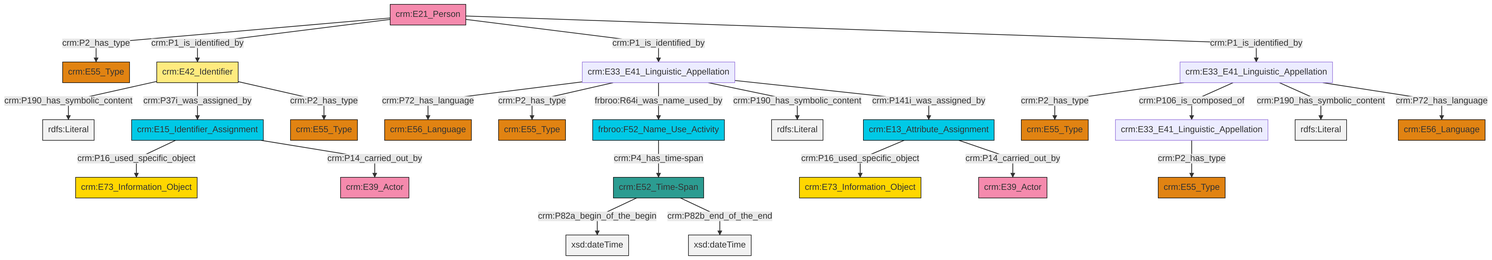
Before: et/personCSV/ttl/mmd/png/Person_Names_and_Classification.png, a diagram exported from Mermaid (swiss-art-research-net/docs.swissartresearch). Its source is kept beside it as et/personCSV/ttl/mmd/Person_Names_and_Classification.ttl.mmd.
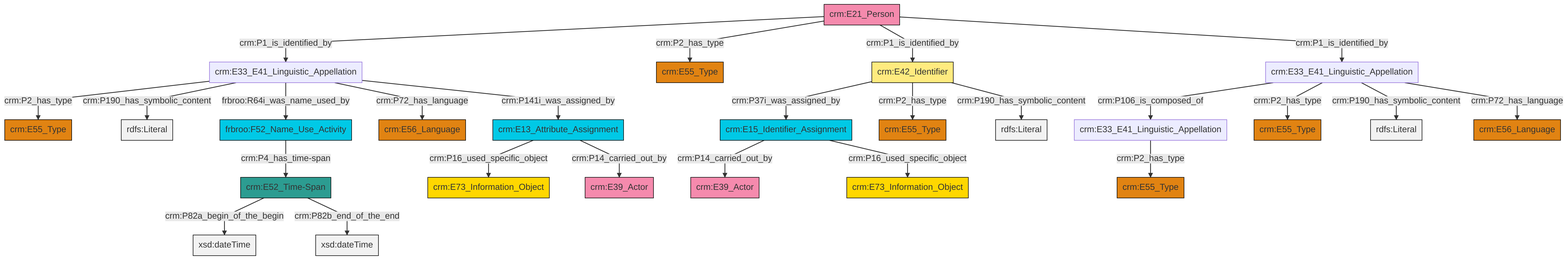
The same diagram one commit later.

What changed in the source:
```diff
@@ -13,27 +13,27 @@
 classDef PC_Classes fill:#4ce600, stroke:#000000;
 classDef Multi fill:#cccccc,stroke:#000000;
 
-0["crm:E21_Person"]:::Actor -->|crm:P2_has_type| 1["crm:E55_Type"]:::Type
-8["crm:E15_Identifier_Assignment"]:::Temporal_Entity -->|crm:P16_used_specific_object| 10["crm:E73_Information_Object"]:::Conceptual_Object
-11["crm:E33_E41_Linguistic_Appellation"]:::Default -->|crm:P72_has_language| 12["crm:E56_Language"]:::Type
-18["crm:E42_Identifier"]:::Appellation -->|crm:P190_has_symbolic_content| 19[rdfs:Literal]:::Literal
-0["crm:E21_Person"]:::Actor -->|crm:P1_is_identified_by| 18["crm:E42_Identifier"]:::Appellation
-21["crm:E13_Attribute_Assignment"]:::Temporal_Entity -->|crm:P16_used_specific_object| 2["crm:E73_Information_Object"]:::Conceptual_Object
-8["crm:E15_Identifier_Assignment"]:::Temporal_Entity -->|crm:P14_carried_out_by| 22["crm:E39_Actor"]:::Actor
-11["crm:E33_E41_Linguistic_Appellation"]:::Default -->|crm:P2_has_type| 23["crm:E55_Type"]:::Type
-24["crm:E33_E41_Linguistic_Appellation"]:::Default -->|crm:P2_has_type| 25["crm:E55_Type"]:::Type
-26["frbroo:F52_Name_Use_Activity"]:::Temporal_Entity -->|crm:P4_has_time-span| 13["crm:E52_Time-Span"]:::Time-Span
-0["crm:E21_Person"]:::Actor -->|crm:P1_is_identified_by| 11["crm:E33_E41_Linguistic_Appellation"]:::Default
-11["crm:E33_E41_Linguistic_Appellation"]:::Default -->|frbroo:R64i_was_name_used_by| 26["frbroo:F52_Name_Use_Activity"]:::Temporal_Entity
-18["crm:E42_Identifier"]:::Appellation -->|crm:P37i_was_assigned_by| 8["crm:E15_Identifier_Assignment"]:::Temporal_Entity
-0["crm:E21_Person"]:::Actor -->|crm:P1_is_identified_by| 28["crm:E33_E41_Linguistic_Appellation"]:::Default
-18["crm:E42_Identifier"]:::Appellation -->|crm:P2_has_type| 4["crm:E55_Type"]:::Type
-28["crm:E33_E41_Linguistic_Appellation"]:::Default -->|crm:P2_has_type| 6["crm:E55_Type"]:::Type
-28["crm:E33_E41_Linguistic_Appellation"]:::Default -->|crm:P106_is_composed_of| 24["crm:E33_E41_Linguistic_Appellation"]:::Default
-13["crm:E52_Time-Span"]:::Time-Span -->|crm:P82a_begin_of_the_begin| 35[xsd:dateTime]:::Literal
-28["crm:E33_E41_Linguistic_Appellation"]:::Default -->|crm:P190_has_symbolic_content| 36[rdfs:Literal]:::Literal
-21["crm:E13_Attribute_Assignment"]:::Temporal_Entity -->|crm:P14_carried_out_by| 32["crm:E39_Actor"]:::Actor
-11["crm:E33_E41_Linguistic_Appellation"]:::Default -->|crm:P190_has_symbolic_content| 39[rdfs:Literal]:::Literal
-28["crm:E33_E41_Linguistic_Appellation"]:::Default -->|crm:P72_has_language| 15["crm:E56_Language"]:::Type
-11["crm:E33_E41_Linguistic_Appellation"]:::Default -->|crm:P141i_was_assigned_by| 21["crm:E13_Attribute_Assignment"]:::Temporal_Entity
-13["crm:E52_Time-Span"]:::Time-Span -->|crm:P82b_end_of_the_end| 42[xsd:dateTime]:::Literal
+0["crm:E33_E41_Linguistic_Appellation"]:::Default -->|crm:P2_has_type| 1["crm:E55_Type"]:::Type
+2["crm:E33_E41_Linguistic_Appellation"]:::Default -->|crm:P106_is_composed_of| 3["crm:E33_E41_Linguistic_Appellation"]:::Default
+4["crm:E21_Person"]:::Actor -->|crm:P1_is_identified_by| 0["crm:E33_E41_Linguistic_Appellation"]:::Default
+9["crm:E15_Identifier_Assignment"]:::Temporal_Entity -->|crm:P14_carried_out_by| 10["crm:E39_Actor"]:::Actor
+11["crm:E42_Identifier"]:::Appellation -->|crm:P37i_was_assigned_by| 9["crm:E15_Identifier_Assignment"]:::Temporal_Entity
+2["crm:E33_E41_Linguistic_Appellation"]:::Default -->|crm:P2_has_type| 5["crm:E55_Type"]:::Type
+4["crm:E21_Person"]:::Actor -->|crm:P2_has_type| 17["crm:E55_Type"]:::Type
+0["crm:E33_E41_Linguistic_Appellation"]:::Default -->|crm:P190_has_symbolic_content| 18[rdfs:Literal]:::Literal
+11["crm:E42_Identifier"]:::Appellation -->|crm:P2_has_type| 13["crm:E55_Type"]:::Type
+9["crm:E15_Identifier_Assignment"]:::Temporal_Entity -->|crm:P16_used_specific_object| 20["crm:E73_Information_Object"]:::Conceptual_Object
+21["crm:E13_Attribute_Assignment"]:::Temporal_Entity -->|crm:P16_used_specific_object| 22["crm:E73_Information_Object"]:::Conceptual_Object
+4["crm:E21_Person"]:::Actor -->|crm:P1_is_identified_by| 11["crm:E42_Identifier"]:::Appellation
+0["crm:E33_E41_Linguistic_Appellation"]:::Default -->|frbroo:R64i_was_name_used_by| 27["frbroo:F52_Name_Use_Activity"]:::Temporal_Entity
+21["crm:E13_Attribute_Assignment"]:::Temporal_Entity -->|crm:P14_carried_out_by| 24["crm:E39_Actor"]:::Actor
+2["crm:E33_E41_Linguistic_Appellation"]:::Default -->|crm:P190_has_symbolic_content| 29[rdfs:Literal]:::Literal
+27["frbroo:F52_Name_Use_Activity"]:::Temporal_Entity -->|crm:P4_has_time-span| 30["crm:E52_Time-Span"]:::Time-Span
+0["crm:E33_E41_Linguistic_Appellation"]:::Default -->|crm:P72_has_language| 7["crm:E56_Language"]:::Type
+0["crm:E33_E41_Linguistic_Appellation"]:::Default -->|crm:P141i_was_assigned_by| 21["crm:E13_Attribute_Assignment"]:::Temporal_Entity
+4["crm:E21_Person"]:::Actor -->|crm:P1_is_identified_by| 2["crm:E33_E41_Linguistic_Appellation"]:::Default
+30["crm:E52_Time-Span"]:::Time-Span -->|crm:P82a_begin_of_the_begin| 39[xsd:dateTime]:::Literal
+3["crm:E33_E41_Linguistic_Appellation"]:::Default -->|crm:P2_has_type| 42["crm:E55_Type"]:::Type
+11["crm:E42_Identifier"]:::Appellation -->|crm:P190_has_symbolic_content| 44[rdfs:Literal]:::Literal
+2["crm:E33_E41_Linguistic_Appellation"]:::Default -->|crm:P72_has_language| 31["crm:E56_Language"]:::Type
+30["crm:E52_Time-Span"]:::Time-Span -->|crm:P82b_end_of_the_end| 46[xsd:dateTime]:::Literal
```
